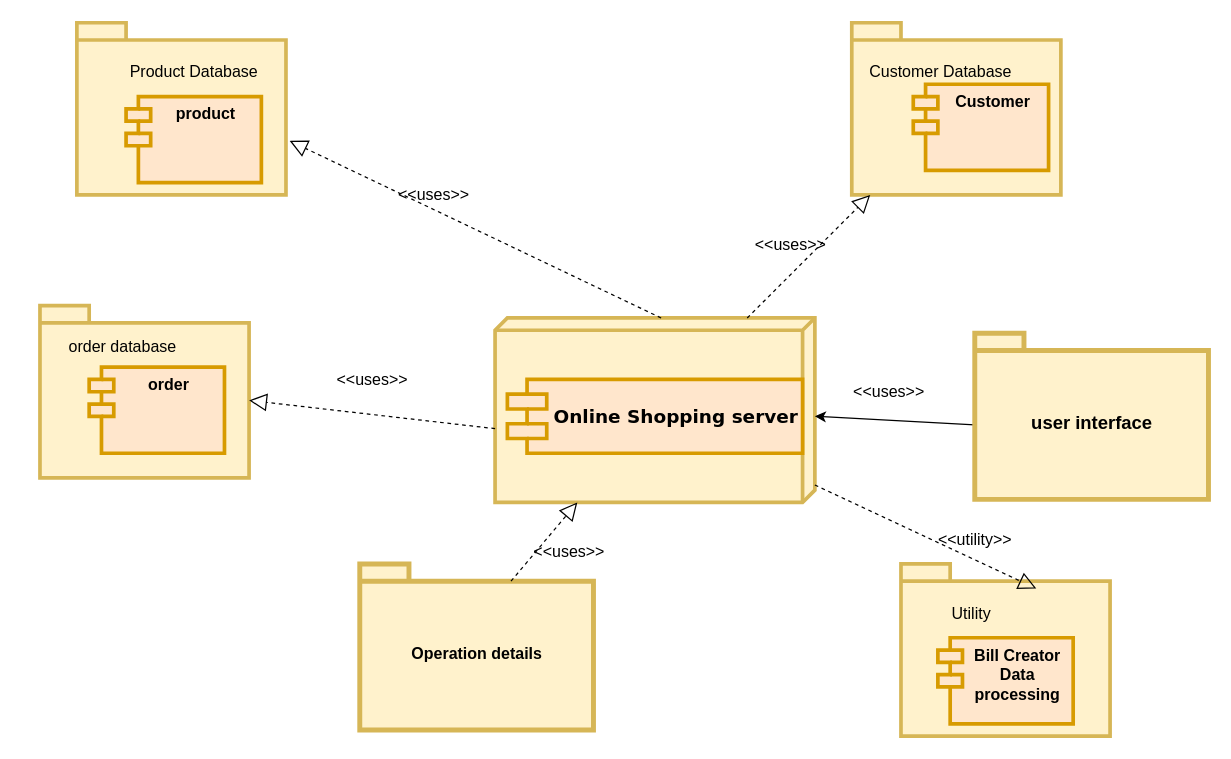
Before: Untitled Diagram.drawio in Shimanshu83/Algorithm, a draw.io diagram. Source tidied: cells renumbered, new cells numbered last; positions are measured from the earlier drawing's top-left corner, leaving out a move shared by most shapes. Both pictures are drawn from the tidied source at 123%, with x=0, y=0 at pixel (21, 22).
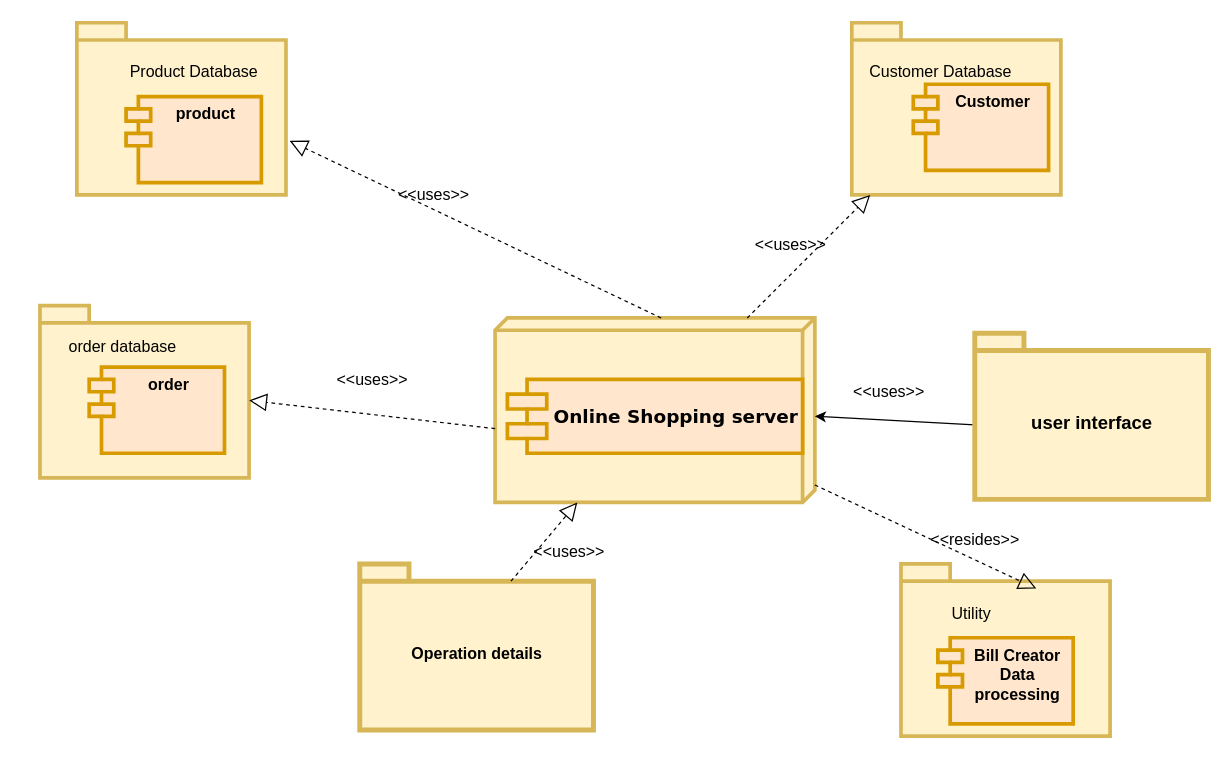
Above is the later version.

The edit, as a diff of the source:
```diff
@@
-    <mxCell id="27" value="&amp;lt;&amp;lt;utility&amp;gt;&amp;gt;" style="text;html=1;align=center;verticalAlign=middle;strokeColor=none;fillColor=none;fontSize=13;" parent="1" vertex="1">
-      <mxGeometry x="735" y="410" width="80" height="20" as="geometry" />
+    <mxCell id="27" value="&amp;lt;&amp;lt;resides&amp;gt;&amp;gt;" style="text;html=1;align=center;verticalAlign=middle;strokeColor=none;fillColor=none;fontSize=13;" parent="1" vertex="1">
+      <mxGeometry x="730" y="410" width="90" height="20" as="geometry" />
     </mxCell>
```
